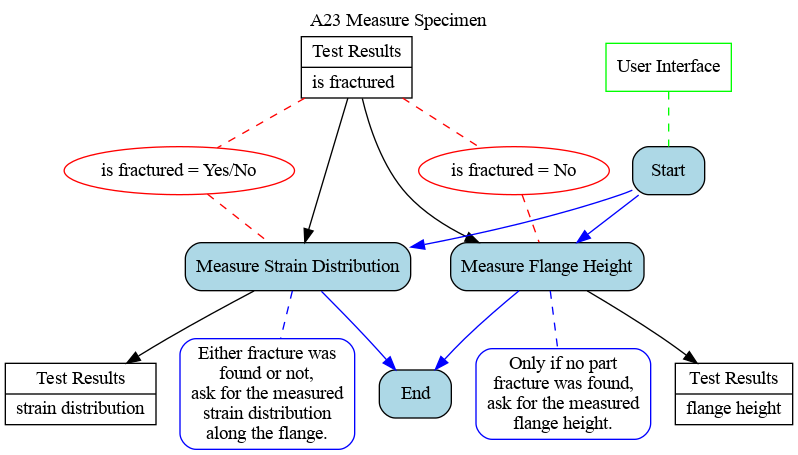
Above: Ontology_Layer/Behaviour_Model/06_A23.gv.png in ModelsforManufacturing/hole-flanging-by-SPIF-in-a-single-stage (Graphviz), before the change. Its source is kept beside it as Ontology_Layer/Behaviour_Model/06_A23.gv.
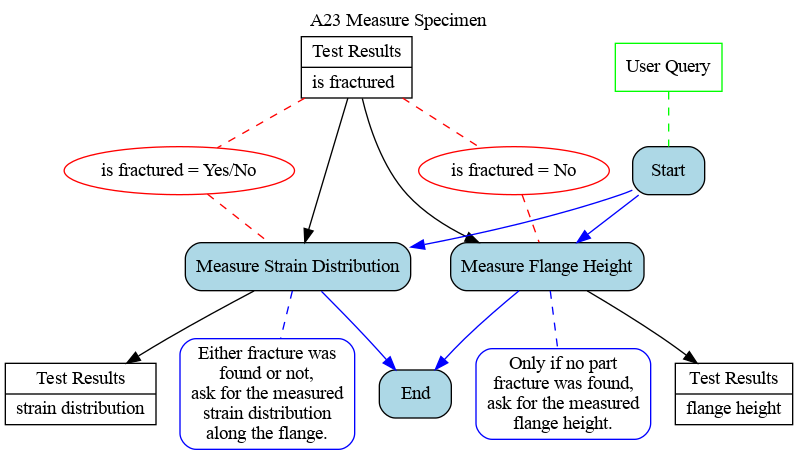
Later version of the same file.

What changed in the source:
```diff
@@ -9,7 +9,7 @@
 s [label="{Test Results|strain distribution\l}"];
 
 node [shape=box, style=filled, fillcolor=white, color=green]
-m1 [label="User Interface"]
+m1 [label="User Query"]
 
 node [shape=box, style="filled, rounded", fillcolor=lightblue, color=black]
 Start
```
